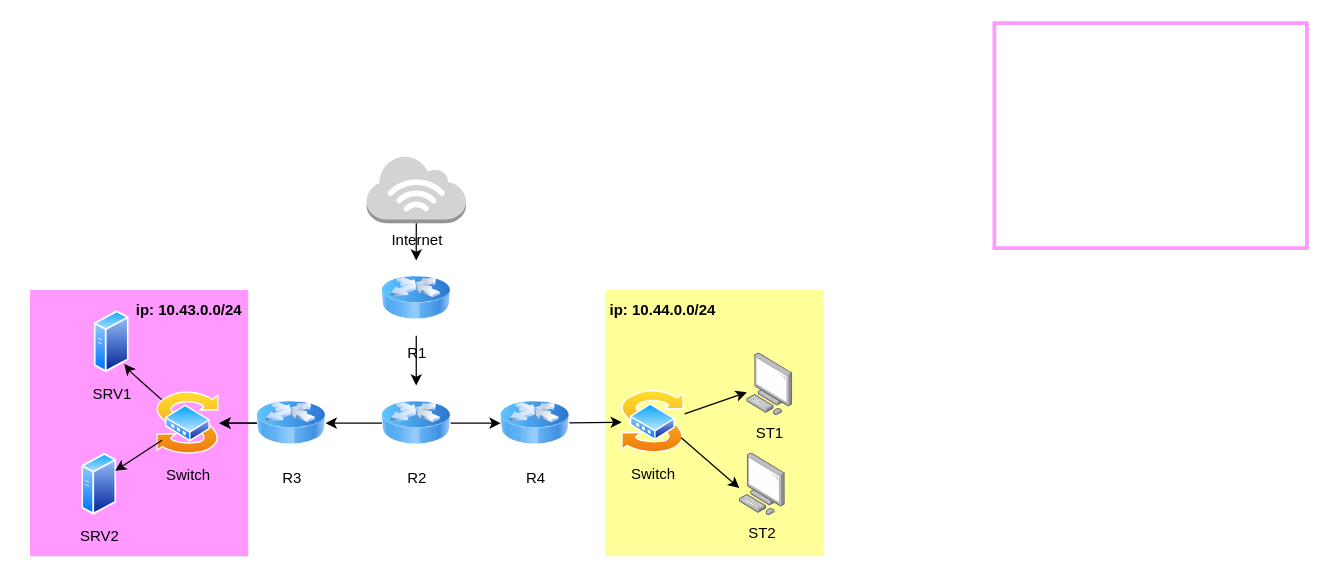
The draw.io diagram TP3/tp3.drawio in haroun-ab/epsi-asrc-tp-reseaux, before the edit. Source tidied: cells renumbered, new cells numbered last; positions are measured from the earlier drawing's top-left corner, leaving out a move shared by most shapes. Both pictures are drawn from the tidied source at 125%, with x=0, y=0 at pixel (31, 22).
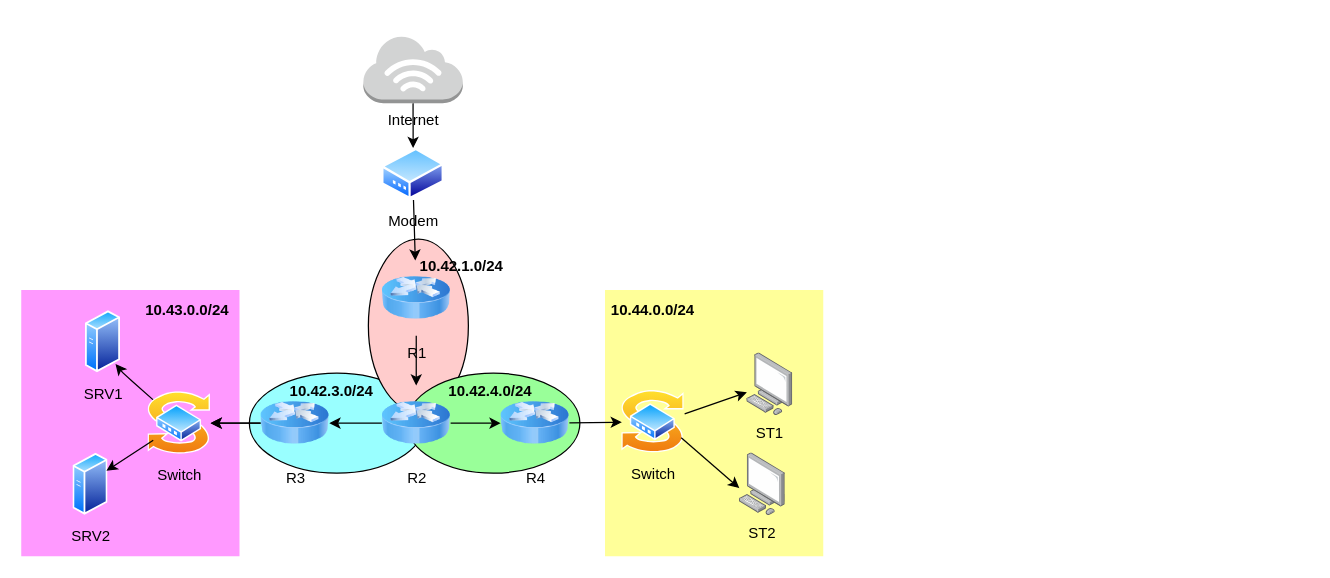
Above is the later version.

The change refers to these unchanged cells:
```xml
<mxCell id="9" value="&lt;font color=&quot;#000000&quot;&gt;R1&lt;/font&gt;" style="image;html=1;image=img/lib/clip_art/networking/Router_Icon_128x128.png;labelBackgroundColor=none;strokeColor=#000000;" parent="1" vertex="1">
  <mxGeometry x="280" y="190" width="55" height="60" as="geometry" />
</mxCell>
```

Change to the diagram source:
```diff
@@
+    <mxCell id="29" style="ellipse;whiteSpace=wrap;html=1;labelBackgroundColor=none;fontColor=none;noLabel=1;fillColor=#99FFFF;" parent="1" vertex="1">
+      <mxGeometry x="174" y="280" width="140" height="80" as="geometry" />
+    </mxCell>
+    <mxCell id="30" style="ellipse;whiteSpace=wrap;html=1;labelBackgroundColor=none;fontColor=none;noLabel=1;fillColor=#FFCCCC;rotation=-90;" parent="1" vertex="1">
+      <mxGeometry x="240" y="202" width="138.4" height="80" as="geometry" />
+    </mxCell>
+    <mxCell id="31" style="ellipse;whiteSpace=wrap;html=1;labelBackgroundColor=none;fontColor=none;noLabel=1;fillColor=#99FF99;" parent="1" vertex="1">
+      <mxGeometry x="300" y="280" width="138.4" height="80" as="geometry" />
+    </mxCell>
@@
-    <mxCell id="3" value="&lt;b&gt;ip: 10.44.0.0/24&lt;/b&gt;" style="text;html=1;strokeColor=none;fillColor=none;align=center;verticalAlign=middle;whiteSpace=wrap;rounded=0;labelBackgroundColor=none;strokeWidth=3;fontColor=#000000;" parent="1" vertex="1">
-      <mxGeometry x="460" y="215" width="90" height="30" as="geometry" />
+    <mxCell id="3" value="&lt;b&gt;10.44.0.0/24&lt;/b&gt;" style="text;html=1;strokeColor=none;fillColor=none;align=center;verticalAlign=middle;whiteSpace=wrap;rounded=0;labelBackgroundColor=none;strokeWidth=3;fontColor=#000000;" parent="1" vertex="1">
+      <mxGeometry x="467" y="215" width="60" height="30" as="geometry" />
     </mxCell>
     <mxCell id="4" style="rounded=0;whiteSpace=wrap;html=1;labelBackgroundColor=none;strokeColor=#FF99FF;fontColor=#000000;fillColor=#FF99FF;strokeWidth=3;" parent="1" vertex="1">
-      <mxGeometry y="215" width="171.6" height="210" as="geometry" />
+      <mxGeometry x="-7" y="215" width="171.6" height="210" as="geometry" />
     </mxCell>
@@
     <mxCell id="7" value="&lt;span style=&quot;&quot;&gt;SRV1&lt;/span&gt;" style="perimeter=ellipsePerimeter;html=1;align=center;shadow=0;dashed=0;spacingTop=3;image;image=img/lib/active_directory/generic_server.svg;fontColor=#000000;labelBackgroundColor=none;strokeColor=#000000;" parent="1" vertex="1">
-      <mxGeometry x="50" y="230" width="28" height="50" as="geometry" />
+      <mxGeometry x="43" y="230" width="28" height="50" as="geometry" />
     </mxCell>
@@
     <mxCell id="10" style="edgeStyle=none;html=1;entryX=1;entryY=1;entryDx=0;entryDy=0;strokeColor=#000000;fontColor=#000000;" parent="1" edge="1" source="11" target="7">
       <mxGeometry relative="1" as="geometry">
         <Array as="points">
-          <mxPoint x="80" y="280" />
+          <mxPoint x="73" y="280" />
         </Array>
       </mxGeometry>
     </mxCell>
     <mxCell id="11" value="Switch" style="perimeter=ellipsePerimeter;html=1;align=center;shadow=0;dashed=0;spacingTop=3;image;image=img/lib/active_directory/switch.svg;fontColor=#000000;labelBackgroundColor=none;strokeColor=#000000;" parent="1" vertex="1">
-      <mxGeometry x="100" y="295" width="50" height="50" as="geometry" />
+      <mxGeometry x="93" y="295" width="50" height="50" as="geometry" />
     </mxCell>
@@
     <mxCell id="17" value="&lt;font color=&quot;#000000&quot;&gt;R3&lt;/font&gt;" style="image;html=1;image=img/lib/clip_art/networking/Router_Icon_128x128.png;labelBackgroundColor=none;strokeColor=#000000;" parent="1" vertex="1">
-      <mxGeometry x="180" y="290" width="55" height="60" as="geometry" />
+      <mxGeometry x="183" y="290" width="55" height="60" as="geometry" />
     </mxCell>
@@
-    <mxCell id="20" style="edgeStyle=none;html=1;strokeColor=#000000;fontColor=#000000;" parent="1" edge="1" source="21" target="9">
-      <mxGeometry relative="1" as="geometry" />
-    </mxCell>
+    <mxCell id="32" style="edgeStyle=none;html=1;strokeColor=#000000;fontColor=none;" parent="1" edge="1" source="21" target="34">
+      <mxGeometry relative="1" as="geometry" />
+    </mxCell>
     <mxCell id="21" value="Internet" style="outlineConnect=0;dashed=0;verticalLabelPosition=bottom;verticalAlign=top;align=center;html=1;shape=mxgraph.aws3.internet_3;fillColor=#D2D3D3;gradientColor=none;labelBackgroundColor=none;fontColor=#000000;" parent="1" vertex="1">
-      <mxGeometry x="267.8" y="106" width="79.5" height="54" as="geometry" />
+      <mxGeometry x="265.2" y="10" width="79.5" height="54" as="geometry" />
     </mxCell>
     <mxCell id="22" value="&lt;span style=&quot;&quot;&gt;SRV2&lt;/span&gt;" style="perimeter=ellipsePerimeter;html=1;align=center;shadow=0;dashed=0;spacingTop=3;image;image=img/lib/active_directory/generic_server.svg;fontColor=#000000;labelBackgroundColor=none;strokeColor=#000000;" parent="1" vertex="1">
-      <mxGeometry x="40" y="344" width="28" height="50" as="geometry" />
+      <mxGeometry x="33" y="344" width="28" height="50" as="geometry" />
     </mxCell>
-    <mxCell id="23" style="rounded=0;whiteSpace=wrap;html=1;labelBackgroundColor=none;strokeColor=#FF99FF;fontColor=#000000;fillColor=none;strokeWidth=3;" parent="1" vertex="1">
-      <mxGeometry x="770" width="250" height="180" as="geometry" />
-    </mxCell>
@@
-    <mxCell id="28" value="&lt;b&gt;ip: 10.43.0.0/24&lt;/b&gt;" style="text;html=1;strokeColor=none;fillColor=none;align=center;verticalAlign=middle;whiteSpace=wrap;rounded=0;labelBackgroundColor=none;strokeWidth=3;fontColor=#000000;" parent="1" vertex="1">
-      <mxGeometry x="80" y="215" width="91.5" height="30" as="geometry" />
+    <mxCell id="28" value="&lt;b&gt;10.43.0.0/24&lt;/b&gt;" style="text;html=1;strokeColor=none;fillColor=none;align=center;verticalAlign=middle;whiteSpace=wrap;rounded=0;labelBackgroundColor=none;strokeWidth=3;fontColor=#000000;" parent="1" vertex="1">
+      <mxGeometry x="85" y="215" width="79" height="30" as="geometry" />
     </mxCell>
+    <mxCell id="33" style="edgeStyle=none;html=1;strokeColor=#000000;fontColor=none;" parent="1" edge="1" source="34" target="9">
+      <mxGeometry relative="1" as="geometry" />
+    </mxCell>
+    <mxCell id="34" value="Modem" style="perimeter=ellipsePerimeter;align=center;shadow=0;dashed=0;spacingTop=3;image;image=img/lib/active_directory/modem.svg;labelBackgroundColor=none;fontColor=none;fillColor=#FFCCCC;html=1;" parent="1" vertex="1">
+      <mxGeometry x="280" y="100" width="50" height="41.5" as="geometry" />
+    </mxCell>
+    <mxCell id="35" value="&lt;b&gt;10.42.3.0/24&lt;/b&gt;" style="text;html=1;strokeColor=none;fillColor=none;align=center;verticalAlign=middle;whiteSpace=wrap;rounded=0;labelBackgroundColor=none;strokeWidth=3;fontColor=#000000;" parent="1" vertex="1">
+      <mxGeometry x="209.8" y="280" width="60" height="30" as="geometry" />
+    </mxCell>
+    <mxCell id="36" value="&lt;span&gt;10.42.4.0/24&lt;/span&gt;" style="text;html=1;strokeColor=none;fillColor=none;align=center;verticalAlign=middle;whiteSpace=wrap;rounded=0;labelBackgroundColor=none;strokeWidth=3;fontColor=#000000;fontStyle=1;" parent="1" vertex="1">
+      <mxGeometry x="337" y="280" width="60" height="30" as="geometry" />
+    </mxCell>
+    <mxCell id="37" value="&lt;span&gt;10.42.1.0/24&lt;/span&gt;" style="text;html=1;strokeColor=none;fillColor=none;align=center;verticalAlign=middle;whiteSpace=wrap;rounded=0;labelBackgroundColor=none;strokeWidth=3;fontColor=#000000;fontStyle=1;" parent="1" vertex="1">
+      <mxGeometry x="314" y="180" width="60" height="30" as="geometry" />
+    </mxCell>
```
